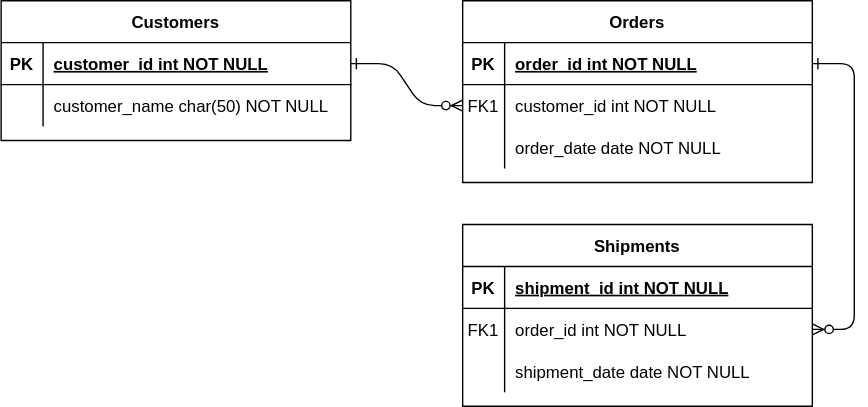
Above: document/project-board-erd.svg in jungeulyoung/project-board (draw.io), before the change. Source tidied: cells renumbered, new cells last; positions are measured from the earlier drawing's top-left corner, leaving out a move shared by most shapes.
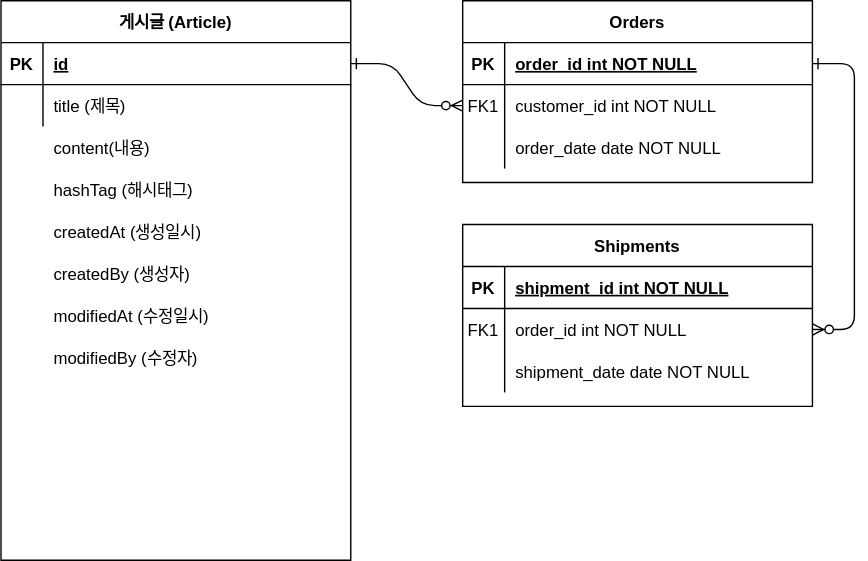
Later version of the same file.

Change to the diagram source:
```diff
@@ -68,8 +68,8 @@
     <mxCell id="23" value="shipment_date date NOT NULL" style="shape=partialRectangle;overflow=hidden;fillColor=none;top=0;left=0;bottom=0;right=0;align=left;spacingLeft=6;" parent="21" vertex="1">
       <mxGeometry x="30" width="220" height="30" as="geometry" />
     </mxCell>
-    <mxCell id="24" value="Customers" style="shape=table;startSize=30;rowLines=0;fontStyle=1;align=center;" parent="1" vertex="1">
-      <mxGeometry width="250" height="100" as="geometry" />
+    <mxCell id="24" value="게시글 (Article)" style="shape=table;startSize=30;rowLines=0;fontStyle=1;align=center;" parent="1" vertex="1">
+      <mxGeometry width="250" height="400" as="geometry" />
     </mxCell>
     <mxCell id="25" style="shape=partialRectangle;fillColor=none;points=[[0,0.5],[1,0.5]];portConstraint=eastwest;top=0;left=0;right=0;bottom=1;" parent="24" vertex="1">
       <mxGeometry y="30" width="250" height="30" as="geometry" />
@@ -77,7 +77,7 @@
     <mxCell id="26" value="PK" style="shape=partialRectangle;overflow=hidden;fillColor=none;top=0;left=0;bottom=0;right=0;fontStyle=1;" parent="25" vertex="1">
       <mxGeometry width="30" height="30" as="geometry" />
     </mxCell>
-    <mxCell id="27" value="customer_id int NOT NULL " style="shape=partialRectangle;overflow=hidden;fillColor=none;top=0;left=0;bottom=0;right=0;align=left;spacingLeft=6;fontStyle=5;" parent="25" vertex="1">
+    <mxCell id="27" value="id" style="shape=partialRectangle;overflow=hidden;fillColor=none;top=0;left=0;bottom=0;right=0;align=left;spacingLeft=6;fontStyle=5;" parent="25" vertex="1">
       <mxGeometry x="30" width="220" height="30" as="geometry" />
     </mxCell>
     <mxCell id="28" style="shape=partialRectangle;fillColor=none;top=0;left=0;right=0;bottom=0;" parent="24" vertex="1">
@@ -86,8 +86,26 @@
     <mxCell id="29" style="shape=partialRectangle;overflow=hidden;fillColor=none;top=0;left=0;bottom=0;right=0;" parent="28" vertex="1">
       <mxGeometry width="30" height="30" as="geometry" />
     </mxCell>
-    <mxCell id="30" value="customer_name char(50) NOT NULL" style="shape=partialRectangle;overflow=hidden;fillColor=none;top=0;left=0;bottom=0;right=0;align=left;spacingLeft=6;" parent="28" vertex="1">
+    <mxCell id="30" value="title (제목)" style="shape=partialRectangle;overflow=hidden;fillColor=none;top=0;left=0;bottom=0;right=0;align=left;spacingLeft=6;" parent="28" vertex="1">
       <mxGeometry x="30" width="220" height="30" as="geometry" />
     </mxCell>
+    <mxCell id="31" value="content(내용)" style="shape=partialRectangle;overflow=hidden;fillColor=none;top=0;left=0;bottom=0;right=0;align=left;spacingLeft=6;" parent="1" vertex="1">
+      <mxGeometry x="30" y="90" width="220" height="30" as="geometry" />
+    </mxCell>
+    <mxCell id="32" value="hashTag (해시태그)" style="shape=partialRectangle;overflow=hidden;fillColor=none;top=0;left=0;bottom=0;right=0;align=left;spacingLeft=6;" parent="1" vertex="1">
+      <mxGeometry x="30" y="120" width="220" height="30" as="geometry" />
+    </mxCell>
+    <mxCell id="33" value="createdAt (생성일시)" style="shape=partialRectangle;overflow=hidden;fillColor=none;top=0;left=0;bottom=0;right=0;align=left;spacingLeft=6;" parent="1" vertex="1">
+      <mxGeometry x="30" y="150" width="220" height="30" as="geometry" />
+    </mxCell>
+    <mxCell id="34" value="createdBy (생성자)" style="shape=partialRectangle;overflow=hidden;fillColor=none;top=0;left=0;bottom=0;right=0;align=left;spacingLeft=6;" parent="1" vertex="1">
+      <mxGeometry x="30" y="180" width="220" height="30" as="geometry" />
+    </mxCell>
+    <mxCell id="35" value="modifiedAt (수정일시)" style="shape=partialRectangle;overflow=hidden;fillColor=none;top=0;left=0;bottom=0;right=0;align=left;spacingLeft=6;" parent="1" vertex="1">
+      <mxGeometry x="30" y="210" width="220" height="30" as="geometry" />
+    </mxCell>
+    <mxCell id="36" value="modifiedBy (수정자)" style="shape=partialRectangle;overflow=hidden;fillColor=none;top=0;left=0;bottom=0;right=0;align=left;spacingLeft=6;" parent="1" vertex="1">
+      <mxGeometry x="30" y="240" width="220" height="30" as="geometry" />
+    </mxCell>
   </root>
 </mxGraphModel>
```
